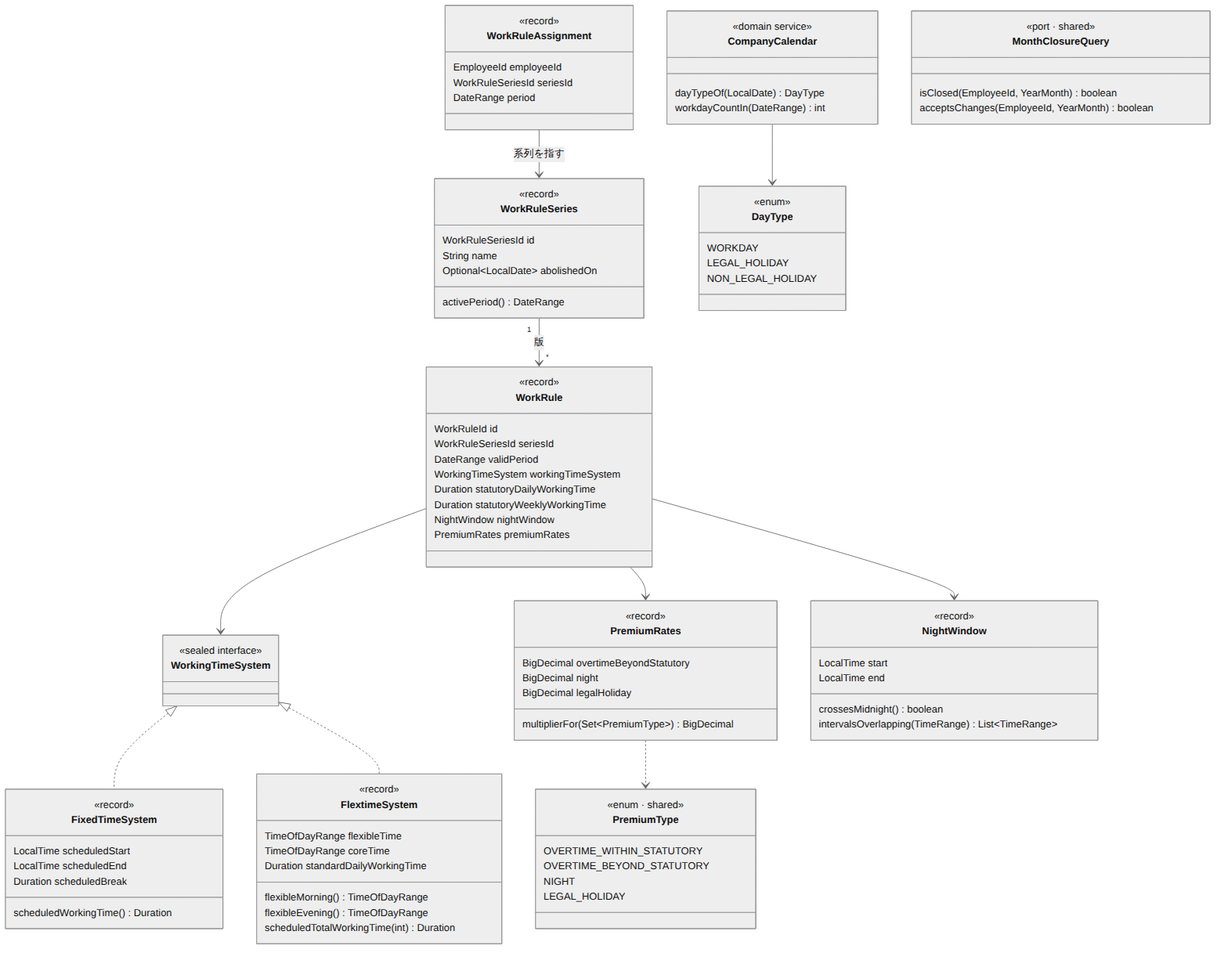
Earlier version of the Mermaid export doc/02_詳細設計/02_就業規則・カレンダー/images/ドメインモデル.png (masaki-i02/newJavaProject). Its source is kept beside it as doc/02_詳細設計/02_就業規則・カレンダー/diagrams/ドメインモデル.mmd. Its diagram source:
```mermaid
classDiagram
    direction TB

    class WorkRuleSeries {
        <<record>>
        WorkRuleSeriesId id
        String name
        Optional~LocalDate~ abolishedOn
        activePeriod() DateRange
    }

    class WorkRule {
        <<record>>
        WorkRuleId id
        WorkRuleSeriesId seriesId
        DateRange validPeriod
        WorkingTimeSystem workingTimeSystem
        Duration statutoryDailyWorkingTime
        Duration statutoryWeeklyWorkingTime
        NightWindow nightWindow
        PremiumRates premiumRates
    }

    class WorkingTimeSystem {
        <<sealed interface>>
    }
    class FixedTimeSystem {
        <<record>>
        LocalTime scheduledStart
        LocalTime scheduledEnd
        Duration scheduledBreak
        scheduledWorkingTime() Duration
    }
    class FlextimeSystem {
        <<record>>
        TimeOfDayRange flexibleTime
        TimeOfDayRange coreTime
        Duration standardDailyWorkingTime
        flexibleMorning() TimeOfDayRange
        flexibleEvening() TimeOfDayRange
        scheduledTotalWorkingTime(int) Duration
    }

    class PremiumRates {
        <<record>>
        BigDecimal overtimeBeyondStatutory
        BigDecimal night
        BigDecimal legalHoliday
        multiplierFor(Set~PremiumType~) BigDecimal
    }
    class NightWindow {
        <<record>>
        LocalTime start
        LocalTime end
        crossesMidnight() boolean
        intervalsOverlapping(TimeRange) List~TimeRange~
    }
    class DayType {
        <<enum>>
        WORKDAY
        LEGAL_HOLIDAY
        NON_LEGAL_HOLIDAY
    }
    class CompanyCalendar {
        <<domain service>>
        dayTypeOf(LocalDate) DayType
        workdayCountIn(DateRange) int
    }
    class WorkRuleAssignment {
        <<record>>
        EmployeeId employeeId
        WorkRuleSeriesId seriesId
        DateRange period
    }
    class PremiumType {
        <<enum · shared>>
        OVERTIME_WITHIN_STATUTORY
        OVERTIME_BEYOND_STATUTORY
        NIGHT
        LEGAL_HOLIDAY
    }
    class MonthClosureQuery {
        <<port · shared>>
        isClosed(EmployeeId, YearMonth) boolean
        acceptsChanges(EmployeeId, YearMonth) boolean
    }

    WorkingTimeSystem <|.. FixedTimeSystem
    WorkingTimeSystem <|.. FlextimeSystem
    WorkRuleSeries "1" --> "*" WorkRule : 版
    WorkRule --> WorkingTimeSystem
    WorkRule --> PremiumRates
    WorkRule --> NightWindow
    PremiumRates ..> PremiumType
    CompanyCalendar --> DayType
    WorkRuleAssignment --> WorkRuleSeries : 系列を指す
```
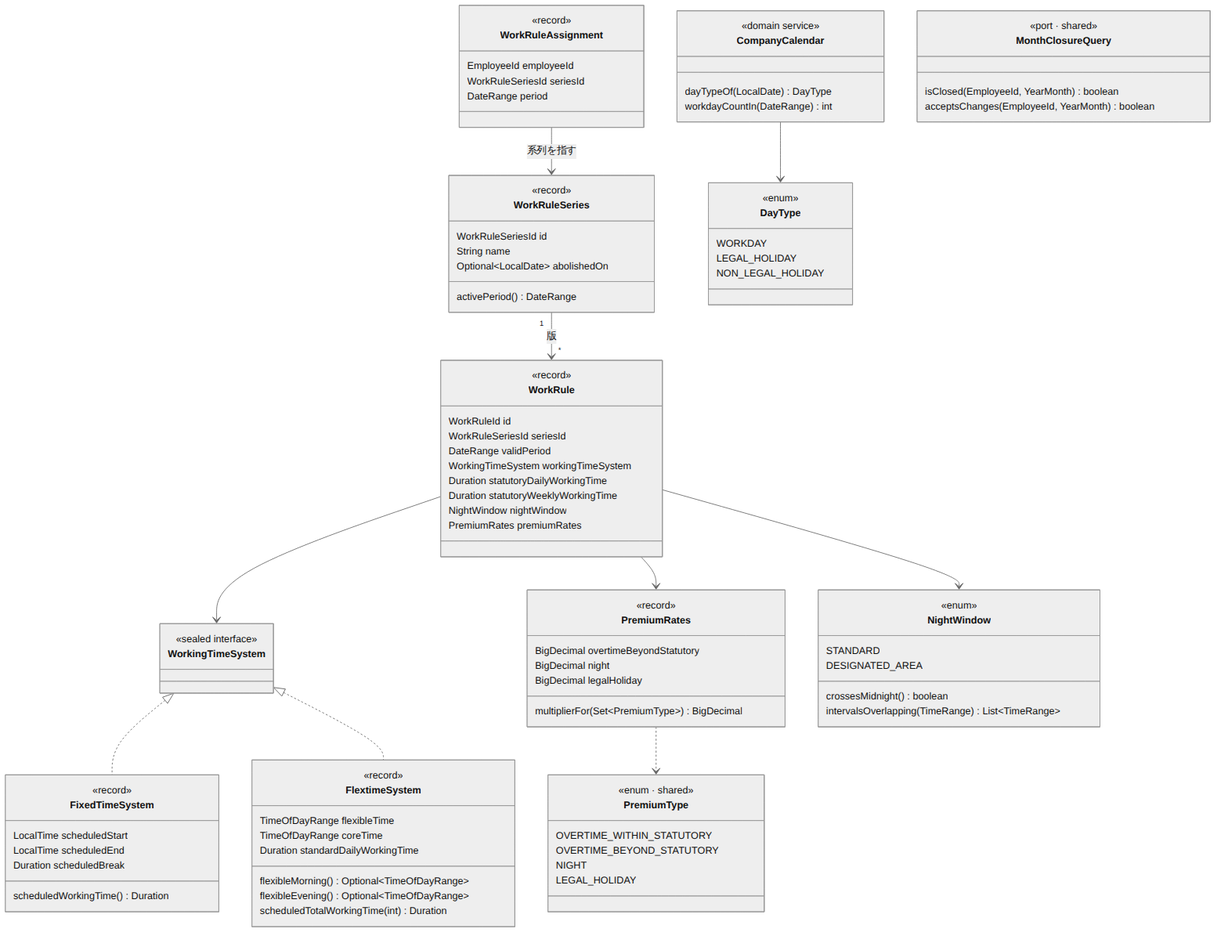
After the change.

The edit, as a diff of the source:
```diff
@@ -36,8 +36,8 @@
         TimeOfDayRange flexibleTime
         TimeOfDayRange coreTime
         Duration standardDailyWorkingTime
-        flexibleMorning() TimeOfDayRange
-        flexibleEvening() TimeOfDayRange
+        flexibleMorning() Optional~TimeOfDayRange~
+        flexibleEvening() Optional~TimeOfDayRange~
         scheduledTotalWorkingTime(int) Duration
     }
 
@@ -49,9 +49,9 @@
         multiplierFor(Set~PremiumType~) BigDecimal
     }
     class NightWindow {
-        <<record>>
-        LocalTime start
-        LocalTime end
+        <<enum>>
+        STANDARD
+        DESIGNATED_AREA
         crossesMidnight() boolean
         intervalsOverlapping(TimeRange) List~TimeRange~
     }
```
